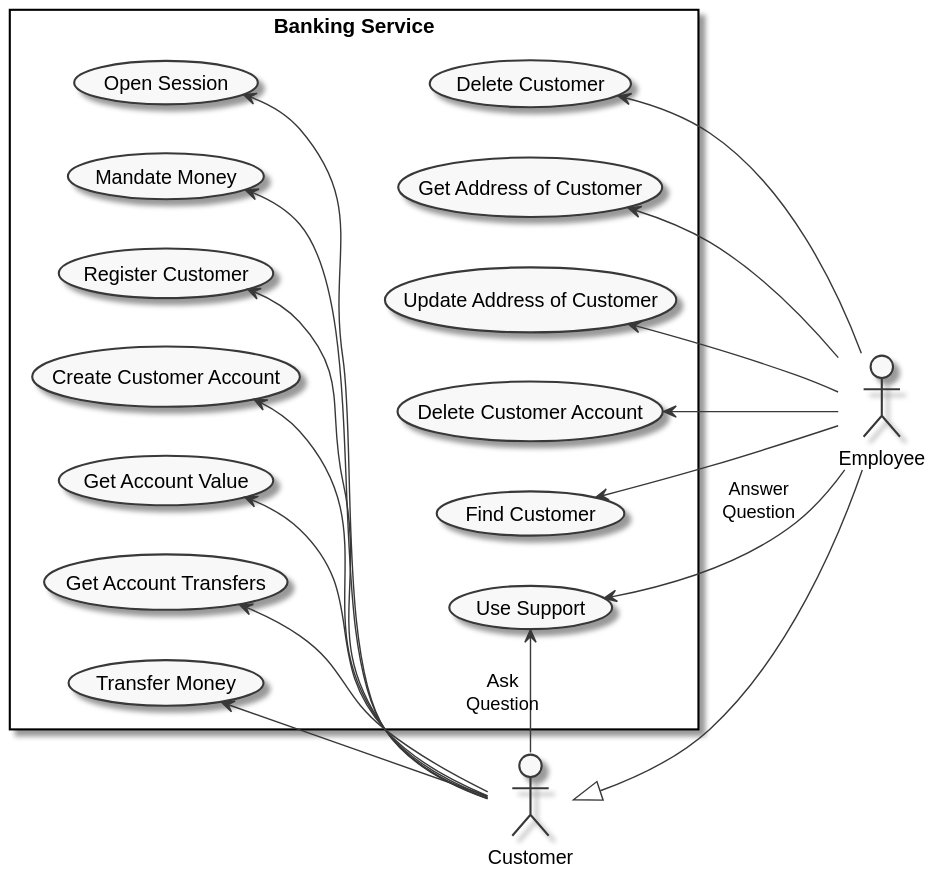
Earlier version of the PlantUML export documentation/diagrams/generatedDiagrams/DiagramUseCase_BankingService.svg (SteffBauer/sw_project).
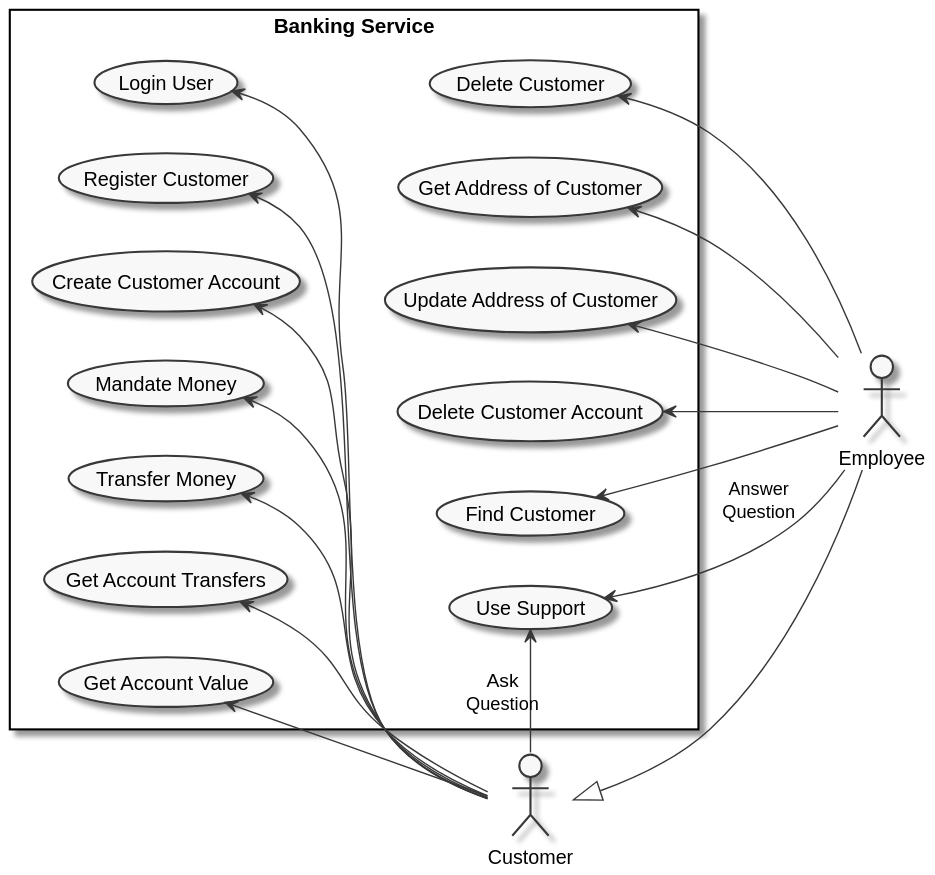
Later version of the same file.

Commit message:
Updated generated Diagrams

Change to the diagram source:
```diff
@@ -10,22 +10,22 @@
 
 rectangle "Banking Service" as Banking {
 
-  usecase "Register Customer" as uc11
+  usecase "Create Customer Account" as uc11
   usecase "Find Customer" as uc12
   usecase "Delete Customer" as uc13
   usecase "Get Address of Customer" as uc14
   usecase "Update Address of Customer" as uc15
-  usecase "Create Customer Account" as uc16
+  usecase "Mandate Money" as uc16
   usecase "Delete Customer Account" as uc17
 
-  usecase "Open Session" as uc21
+  usecase "Login User" as uc21
 
   usecase "Use Support" as uc31
 
-  usecase "Get Account Value" as uc41
+  usecase "Transfer Money" as uc41
   usecase "Get Account Transfers" as uc42
-  usecase "Transfer Money" as uc43
-  usecase "Mandate Money" as uc44
+  usecase "Get Account Value" as uc43
+  usecase "Register Customer" as uc44
 }
 
 uc11 <-- c
```
